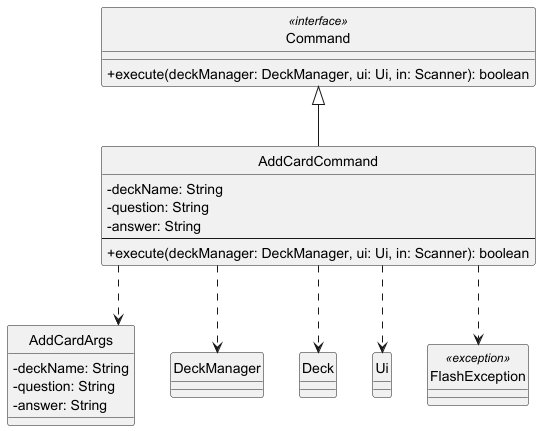
Earlier version of the PlantUML export docs/diagrams/add_card_command_class.png (yqzzy/tp). The source it was exported from:
```plantuml
@startuml add_card_command_class
skinparam style strictuml
skinparam classAttributeIconSize 0
skinparam roundcorner 5
skinparam linetype ortho

class Command <<interface>> {
    +execute(deckManager: DeckManager, ui: Ui, in: Scanner): boolean
}

class AddCardCommand {
    -deckName: String
    -question: String
    -answer: String
    --
    +execute(deckManager: DeckManager, ui: Ui, in: Scanner): boolean
}

class AddCardArgs {
    -deckName: String
    -question: String
    -answer: String
}

class DeckManager
class Deck
class Ui
class FlashException <<exception>>

Command <|-- AddCardCommand
AddCardCommand ..> AddCardArgs
AddCardCommand ..> DeckManager
AddCardCommand ..> Deck
AddCardCommand ..> Ui
AddCardCommand ..> FlashException

@enduml
```
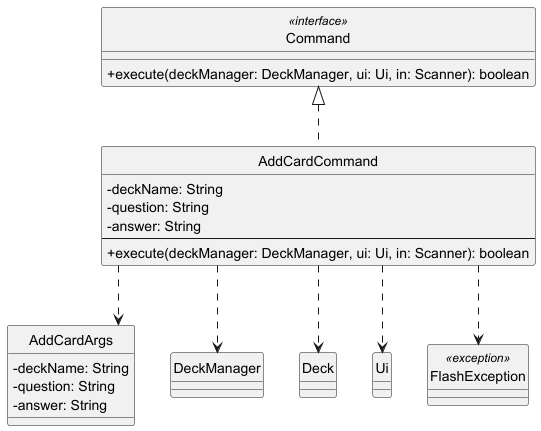
Above is the later version.

Commit message:
Replace outdated png file of add card command class diagram (due to updated puml file)

Change to the diagram source:
```diff
@@ -27,7 +27,7 @@
 class Ui
 class FlashException <<exception>>
 
-Command <|-- AddCardCommand
+Command <|.. AddCardCommand
 AddCardCommand ..> AddCardArgs
 AddCardCommand ..> DeckManager
 AddCardCommand ..> Deck
```
